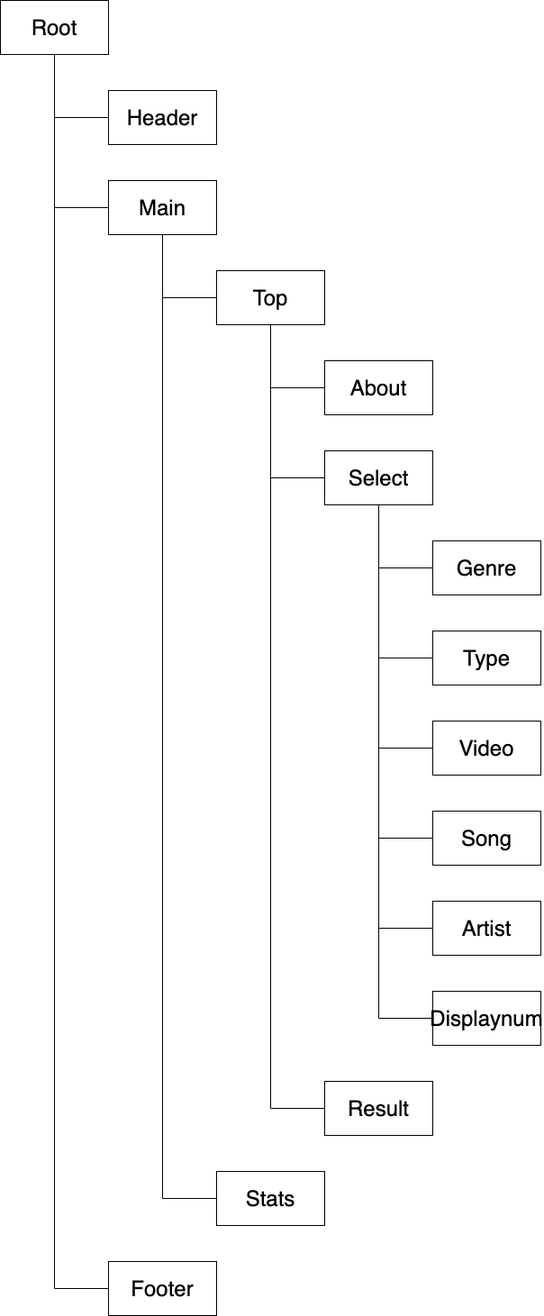
Above: doc/fig/component.png in YunosukeY/polutadb (draw.io), before the change. Source tidied: cells renumbered, new cells last; positions are measured from the earlier drawing's top-left corner, leaving out a move shared by most shapes. Its diagram source:
```xml
<mxGraphModel>
  <root>
    <mxCell id="0" />
    <mxCell id="1" parent="0" />
    <mxCell id="2" style="edgeStyle=orthogonalEdgeStyle;rounded=0;jettySize=auto;html=1;exitX=0.5;exitY=1;exitDx=0;exitDy=0;entryX=0;entryY=0.5;entryDx=0;entryDy=0;endArrow=none;endFill=0;" parent="1" edge="1" source="4" target="5">
      <mxGeometry relative="1" as="geometry" />
    </mxCell>
    <mxCell id="3" style="edgeStyle=orthogonalEdgeStyle;rounded=0;jettySize=auto;html=1;exitX=0.5;exitY=1;exitDx=0;exitDy=0;entryX=0;entryY=0.5;entryDx=0;entryDy=0;endArrow=none;endFill=0;" parent="1" edge="1" source="4" target="7">
      <mxGeometry relative="1" as="geometry" />
    </mxCell>
    <mxCell id="4" value="&lt;font style=&quot;font-size: 24px&quot;&gt;Root&lt;/font&gt;" style="rounded=0;whiteSpace=wrap;html=1;" parent="1" vertex="1">
      <mxGeometry width="120" height="60" as="geometry" />
    </mxCell>
    <mxCell id="5" value="&lt;font style=&quot;font-size: 24px&quot;&gt;Header&lt;/font&gt;" style="rounded=0;whiteSpace=wrap;html=1;" parent="1" vertex="1">
      <mxGeometry x="120" y="100" width="120" height="60" as="geometry" />
    </mxCell>
    <mxCell id="6" style="edgeStyle=orthogonalEdgeStyle;rounded=0;jettySize=auto;html=1;exitX=0.5;exitY=1;exitDx=0;exitDy=0;entryX=0;entryY=0.5;entryDx=0;entryDy=0;endArrow=none;endFill=0;" parent="1" edge="1" source="7" target="10">
      <mxGeometry relative="1" as="geometry" />
    </mxCell>
    <mxCell id="7" value="&lt;span style=&quot;font-size: 24px&quot;&gt;Main&lt;/span&gt;" style="rounded=0;whiteSpace=wrap;html=1;" parent="1" vertex="1">
      <mxGeometry x="120" y="200" width="120" height="60" as="geometry" />
    </mxCell>
    <mxCell id="8" style="edgeStyle=orthogonalEdgeStyle;rounded=0;jettySize=auto;html=1;exitX=0.5;exitY=1;exitDx=0;exitDy=0;entryX=0;entryY=0.5;entryDx=0;entryDy=0;endArrow=none;endFill=0;" parent="1" edge="1" source="10" target="11">
      <mxGeometry relative="1" as="geometry" />
    </mxCell>
    <mxCell id="9" style="edgeStyle=orthogonalEdgeStyle;rounded=0;jettySize=auto;html=1;exitX=0.5;exitY=1;exitDx=0;exitDy=0;entryX=0;entryY=0.5;entryDx=0;entryDy=0;endArrow=none;endFill=0;" parent="1" edge="1" source="10" target="14">
      <mxGeometry relative="1" as="geometry" />
    </mxCell>
    <mxCell id="10" value="&lt;font style=&quot;font-size: 24px&quot;&gt;Top&lt;/font&gt;" style="rounded=0;whiteSpace=wrap;html=1;" parent="1" vertex="1">
      <mxGeometry x="240" y="300" width="120" height="60" as="geometry" />
    </mxCell>
    <mxCell id="11" value="&lt;font style=&quot;font-size: 24px&quot;&gt;About&lt;/font&gt;" style="rounded=0;whiteSpace=wrap;html=1;" parent="1" vertex="1">
      <mxGeometry x="360" y="400" width="120" height="60" as="geometry" />
    </mxCell>
    <mxCell id="12" style="edgeStyle=orthogonalEdgeStyle;rounded=0;jettySize=auto;html=1;exitX=0.5;exitY=1;exitDx=0;exitDy=0;entryX=0;entryY=0.5;entryDx=0;entryDy=0;endArrow=none;endFill=0;" parent="1" edge="1" source="14" target="15">
      <mxGeometry relative="1" as="geometry" />
    </mxCell>
    <mxCell id="13" style="edgeStyle=orthogonalEdgeStyle;rounded=0;jettySize=auto;html=1;exitX=0.5;exitY=1;exitDx=0;exitDy=0;entryX=0;entryY=0.5;entryDx=0;entryDy=0;endArrow=none;endFill=0;" parent="1" edge="1" source="14" target="16">
      <mxGeometry relative="1" as="geometry" />
    </mxCell>
    <mxCell id="14" value="&lt;font style=&quot;font-size: 24px&quot;&gt;Select&lt;/font&gt;" style="rounded=0;whiteSpace=wrap;html=1;" parent="1" vertex="1">
      <mxGeometry x="360" y="500" width="120" height="60" as="geometry" />
    </mxCell>
    <mxCell id="15" value="&lt;font style=&quot;font-size: 24px&quot;&gt;Genre&lt;/font&gt;" style="rounded=0;whiteSpace=wrap;html=1;" parent="1" vertex="1">
      <mxGeometry x="480" y="600" width="120" height="60" as="geometry" />
    </mxCell>
    <mxCell id="16" value="&lt;font style=&quot;font-size: 24px&quot;&gt;Type&lt;/font&gt;" style="rounded=0;whiteSpace=wrap;html=1;" parent="1" vertex="1">
      <mxGeometry x="480" y="700" width="120" height="60" as="geometry" />
    </mxCell>
    <mxCell id="17" style="edgeStyle=orthogonalEdgeStyle;rounded=0;jettySize=auto;html=1;exitX=0;exitY=0.5;exitDx=0;exitDy=0;endArrow=none;endFill=0;" parent="1" edge="1" source="18">
      <mxGeometry relative="1" as="geometry">
        <mxPoint x="420" y="560" as="targetPoint" />
      </mxGeometry>
    </mxCell>
    <mxCell id="18" value="&lt;font style=&quot;font-size: 24px&quot;&gt;Video&lt;br&gt;&lt;/font&gt;" style="rounded=0;whiteSpace=wrap;html=1;" parent="1" vertex="1">
      <mxGeometry x="480" y="800" width="120" height="60" as="geometry" />
    </mxCell>
    <mxCell id="19" style="edgeStyle=orthogonalEdgeStyle;rounded=0;jettySize=auto;html=1;exitX=0;exitY=0.5;exitDx=0;exitDy=0;endArrow=none;endFill=0;" parent="1" edge="1" source="20">
      <mxGeometry relative="1" as="geometry">
        <mxPoint x="420" y="560" as="targetPoint" />
      </mxGeometry>
    </mxCell>
    <mxCell id="20" value="&lt;font style=&quot;font-size: 24px&quot;&gt;Song&lt;/font&gt;" style="rounded=0;whiteSpace=wrap;html=1;" parent="1" vertex="1">
      <mxGeometry x="480" y="900" width="120" height="60" as="geometry" />
    </mxCell>
    <mxCell id="21" style="edgeStyle=orthogonalEdgeStyle;rounded=0;jettySize=auto;html=1;exitX=0;exitY=0.5;exitDx=0;exitDy=0;entryX=0.5;entryY=1;entryDx=0;entryDy=0;endArrow=none;endFill=0;" parent="1" edge="1" source="22" target="14">
      <mxGeometry relative="1" as="geometry" />
    </mxCell>
    <mxCell id="22" value="&lt;font style=&quot;font-size: 24px&quot;&gt;Artist&lt;/font&gt;" style="rounded=0;whiteSpace=wrap;html=1;" parent="1" vertex="1">
      <mxGeometry x="480" y="1000" width="120" height="60" as="geometry" />
    </mxCell>
    <mxCell id="23" style="edgeStyle=orthogonalEdgeStyle;rounded=0;jettySize=auto;html=1;exitX=0;exitY=0.5;exitDx=0;exitDy=0;endArrow=none;endFill=0;" parent="1" edge="1" source="24">
      <mxGeometry relative="1" as="geometry">
        <mxPoint x="420" y="560" as="targetPoint" />
      </mxGeometry>
    </mxCell>
    <mxCell id="24" value="&lt;font style=&quot;font-size: 24px&quot;&gt;Displaynum&lt;/font&gt;" style="rounded=0;whiteSpace=wrap;html=1;" parent="1" vertex="1">
      <mxGeometry x="480" y="1100" width="120" height="60" as="geometry" />
    </mxCell>
    <mxCell id="25" style="edgeStyle=orthogonalEdgeStyle;rounded=0;jettySize=auto;html=1;exitX=0;exitY=0.5;exitDx=0;exitDy=0;entryX=0.5;entryY=1;entryDx=0;entryDy=0;endArrow=none;endFill=0;" parent="1" edge="1" source="26" target="10">
      <mxGeometry relative="1" as="geometry" />
    </mxCell>
    <mxCell id="26" value="&lt;font style=&quot;font-size: 24px&quot;&gt;Result&lt;/font&gt;" style="rounded=0;whiteSpace=wrap;html=1;" parent="1" vertex="1">
      <mxGeometry x="360" y="1200" width="120" height="60" as="geometry" />
    </mxCell>
    <mxCell id="27" style="edgeStyle=orthogonalEdgeStyle;rounded=0;jettySize=auto;html=1;exitX=0;exitY=0.5;exitDx=0;exitDy=0;endArrow=none;endFill=0;" parent="1" edge="1" source="28" target="7">
      <mxGeometry relative="1" as="geometry" />
    </mxCell>
    <mxCell id="28" value="&lt;font style=&quot;font-size: 24px&quot;&gt;Stats&lt;/font&gt;" style="rounded=0;whiteSpace=wrap;html=1;" parent="1" vertex="1">
      <mxGeometry x="240" y="1300" width="120" height="60" as="geometry" />
    </mxCell>
    <mxCell id="29" style="edgeStyle=orthogonalEdgeStyle;rounded=0;jettySize=auto;html=1;exitX=0;exitY=0.5;exitDx=0;exitDy=0;entryX=0.5;entryY=1;entryDx=0;entryDy=0;endArrow=none;endFill=0;" parent="1" edge="1" source="30" target="4">
      <mxGeometry relative="1" as="geometry" />
    </mxCell>
    <mxCell id="30" value="&lt;font style=&quot;font-size: 24px&quot;&gt;Footer&lt;/font&gt;" style="rounded=0;whiteSpace=wrap;html=1;" parent="1" vertex="1">
      <mxGeometry x="120" y="1400" width="120" height="60" as="geometry" />
    </mxCell>
  </root>
</mxGraphModel>
```
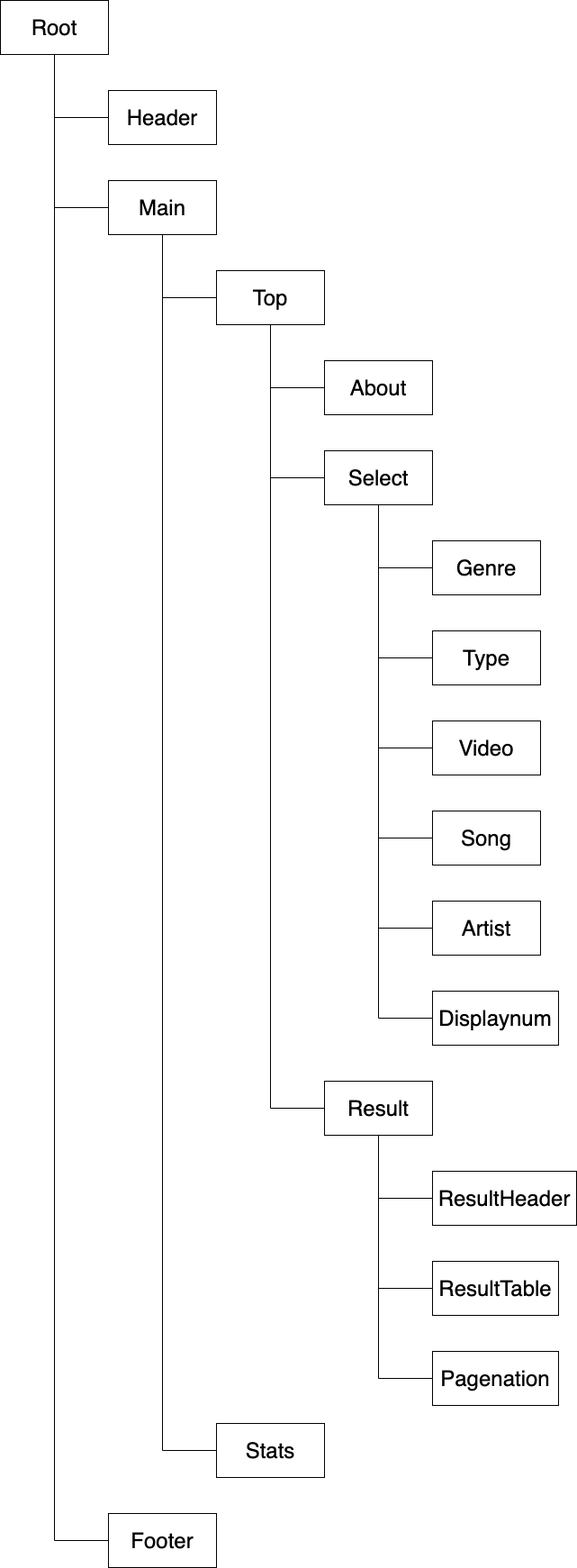
The same diagram one commit later.

Diff of the diagram source:
```diff
@@ -75,11 +75,14 @@
       </mxGeometry>
     </mxCell>
     <mxCell id="24" value="&lt;font style=&quot;font-size: 24px&quot;&gt;Displaynum&lt;/font&gt;" style="rounded=0;whiteSpace=wrap;html=1;" parent="1" vertex="1">
-      <mxGeometry x="480" y="1100" width="120" height="60" as="geometry" />
+      <mxGeometry x="480" y="1100" width="140" height="60" as="geometry" />
     </mxCell>
     <mxCell id="25" style="edgeStyle=orthogonalEdgeStyle;rounded=0;jettySize=auto;html=1;exitX=0;exitY=0.5;exitDx=0;exitDy=0;entryX=0.5;entryY=1;entryDx=0;entryDy=0;endArrow=none;endFill=0;" parent="1" edge="1" source="26" target="10">
       <mxGeometry relative="1" as="geometry" />
     </mxCell>
+    <mxCell id="31" style="edgeStyle=orthogonalEdgeStyle;rounded=0;jettySize=auto;html=1;exitX=0.5;exitY=1;exitDx=0;exitDy=0;entryX=0;entryY=0.5;entryDx=0;entryDy=0;endArrow=none;endFill=0;" parent="1" edge="1" source="26" target="32">
+      <mxGeometry relative="1" as="geometry" />
+    </mxCell>
     <mxCell id="26" value="&lt;font style=&quot;font-size: 24px&quot;&gt;Result&lt;/font&gt;" style="rounded=0;whiteSpace=wrap;html=1;" parent="1" vertex="1">
       <mxGeometry x="360" y="1200" width="120" height="60" as="geometry" />
     </mxCell>
@@ -87,13 +90,28 @@
       <mxGeometry relative="1" as="geometry" />
     </mxCell>
     <mxCell id="28" value="&lt;font style=&quot;font-size: 24px&quot;&gt;Stats&lt;/font&gt;" style="rounded=0;whiteSpace=wrap;html=1;" parent="1" vertex="1">
-      <mxGeometry x="240" y="1300" width="120" height="60" as="geometry" />
+      <mxGeometry x="240" y="1580" width="120" height="60" as="geometry" />
     </mxCell>
     <mxCell id="29" style="edgeStyle=orthogonalEdgeStyle;rounded=0;jettySize=auto;html=1;exitX=0;exitY=0.5;exitDx=0;exitDy=0;entryX=0.5;entryY=1;entryDx=0;entryDy=0;endArrow=none;endFill=0;" parent="1" edge="1" source="30" target="4">
       <mxGeometry relative="1" as="geometry" />
     </mxCell>
     <mxCell id="30" value="&lt;font style=&quot;font-size: 24px&quot;&gt;Footer&lt;/font&gt;" style="rounded=0;whiteSpace=wrap;html=1;" parent="1" vertex="1">
-      <mxGeometry x="120" y="1400" width="120" height="60" as="geometry" />
+      <mxGeometry x="120" y="1680" width="120" height="60" as="geometry" />
     </mxCell>
+    <mxCell id="32" value="&lt;font style=&quot;font-size: 24px&quot;&gt;ResultHeader&lt;/font&gt;" style="rounded=0;whiteSpace=wrap;html=1;" parent="1" vertex="1">
+      <mxGeometry x="480" y="1300" width="160" height="60" as="geometry" />
+    </mxCell>
+    <mxCell id="33" style="edgeStyle=orthogonalEdgeStyle;rounded=0;jettySize=auto;html=1;exitX=0;exitY=0.5;exitDx=0;exitDy=0;endArrow=none;endFill=0;entryX=0.5;entryY=1;entryDx=0;entryDy=0;" parent="1" edge="1" source="34" target="26">
+      <mxGeometry relative="1" as="geometry" />
+    </mxCell>
+    <mxCell id="34" value="&lt;span style=&quot;font-size: 24px&quot;&gt;ResultTable&lt;/span&gt;" style="rounded=0;whiteSpace=wrap;html=1;" parent="1" vertex="1">
+      <mxGeometry x="480" y="1400" width="140" height="60" as="geometry" />
+    </mxCell>
+    <mxCell id="35" style="edgeStyle=orthogonalEdgeStyle;rounded=0;jettySize=auto;html=1;exitX=0;exitY=0.5;exitDx=0;exitDy=0;entryX=0.5;entryY=1;entryDx=0;entryDy=0;endArrow=none;endFill=0;" parent="1" edge="1" source="36" target="26">
+      <mxGeometry relative="1" as="geometry" />
+    </mxCell>
+    <mxCell id="36" value="&lt;font style=&quot;font-size: 24px&quot;&gt;Pagenation&lt;/font&gt;" style="rounded=0;whiteSpace=wrap;html=1;" parent="1" vertex="1">
+      <mxGeometry x="480" y="1500" width="140" height="60" as="geometry" />
+    </mxCell>
   </root>
 </mxGraphModel>
```
